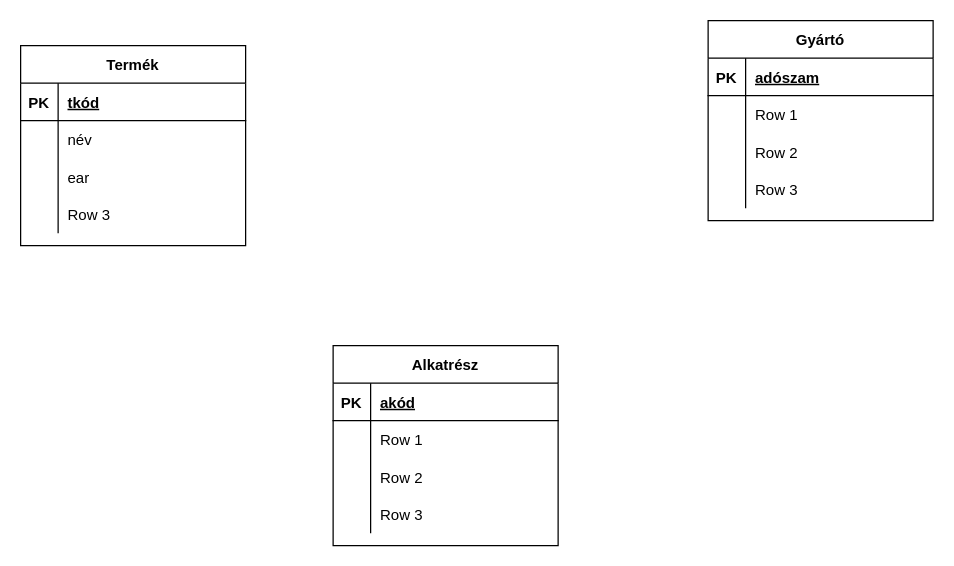
This is HEPMIU_1004/hepmiu:4.3.drawio from urbanoliver/HEPMIU_DB1Gyak, a draw.io file, before an edit. Source tidied: cells renumbered, new cells numbered last; positions are measured from the earlier drawing's top-left corner, leaving out a move shared by most shapes. Both pictures are drawn from the tidied source at 125%, with x=0, y=0 at pixel (20, 20).
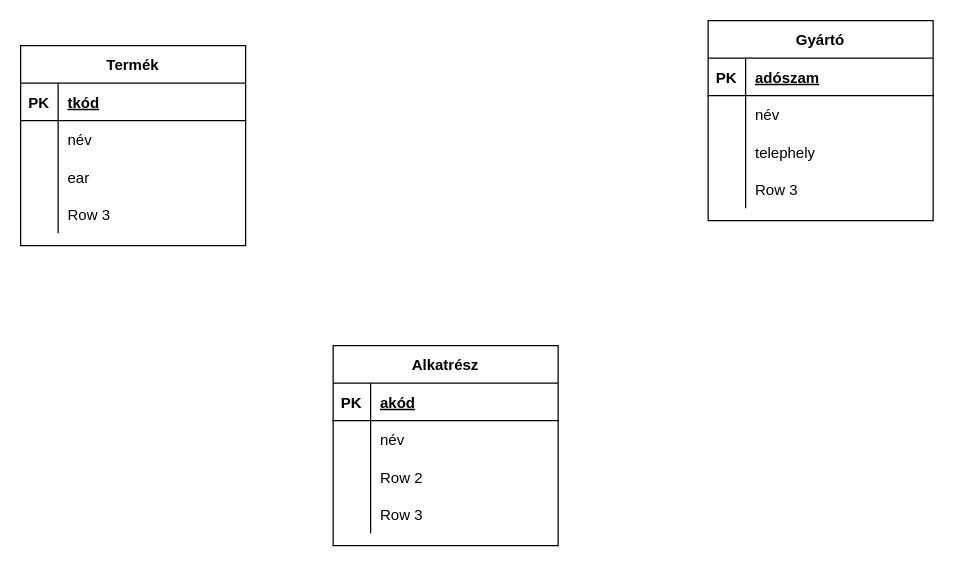
Above is the later version.

Unchanged cells that the change refers to:
```xml
<mxCell id="19" style="shape=tableRow;horizontal=0;startSize=0;swimlaneHead=0;swimlaneBody=0;fillColor=none;top=0;left=0;right=0;bottom=0;" parent="15" vertex="1">
  <mxGeometry y="60" width="180" height="30" as="geometry" />
</mxCell>
<mxCell id="22" style="shape=tableRow;horizontal=0;startSize=0;swimlaneHead=0;swimlaneBody=0;fillColor=none;top=0;left=0;right=0;bottom=0;" parent="15" vertex="1">
  <mxGeometry y="90" width="180" height="30" as="geometry" />
</mxCell>
<mxCell id="32" style="shape=tableRow;horizontal=0;startSize=0;swimlaneHead=0;swimlaneBody=0;fillColor=none;top=0;left=0;right=0;bottom=0;" parent="28" vertex="1">
  <mxGeometry y="60" width="180" height="30" as="geometry" />
</mxCell>
```

What changed in the source:
```diff
@@
-    <mxCell id="21" value="Row 1" style="shape=partialRectangle;fillColor=none;top=0;left=0;bottom=0;right=0;align=left;spacingLeft=6;overflow=hidden;" parent="19" vertex="1">
+    <mxCell id="21" value="név" style="shape=partialRectangle;fillColor=none;top=0;left=0;bottom=0;right=0;align=left;spacingLeft=6;overflow=hidden;" parent="19" vertex="1">
       <mxGeometry x="30" width="150" height="30" as="geometry" />
     </mxCell>
@@
-    <mxCell id="24" value="Row 2" style="shape=partialRectangle;fillColor=none;top=0;left=0;bottom=0;right=0;align=left;spacingLeft=6;overflow=hidden;" parent="22" vertex="1">
+    <mxCell id="24" value="telephely" style="shape=partialRectangle;fillColor=none;top=0;left=0;bottom=0;right=0;align=left;spacingLeft=6;overflow=hidden;" parent="22" vertex="1">
       <mxGeometry x="30" width="150" height="30" as="geometry" />
     </mxCell>
@@
-    <mxCell id="34" value="Row 1" style="shape=partialRectangle;fillColor=none;top=0;left=0;bottom=0;right=0;align=left;spacingLeft=6;overflow=hidden;" parent="32" vertex="1">
+    <mxCell id="34" value="név" style="shape=partialRectangle;fillColor=none;top=0;left=0;bottom=0;right=0;align=left;spacingLeft=6;overflow=hidden;" parent="32" vertex="1">
       <mxGeometry x="30" width="150" height="30" as="geometry" />
     </mxCell>
```
